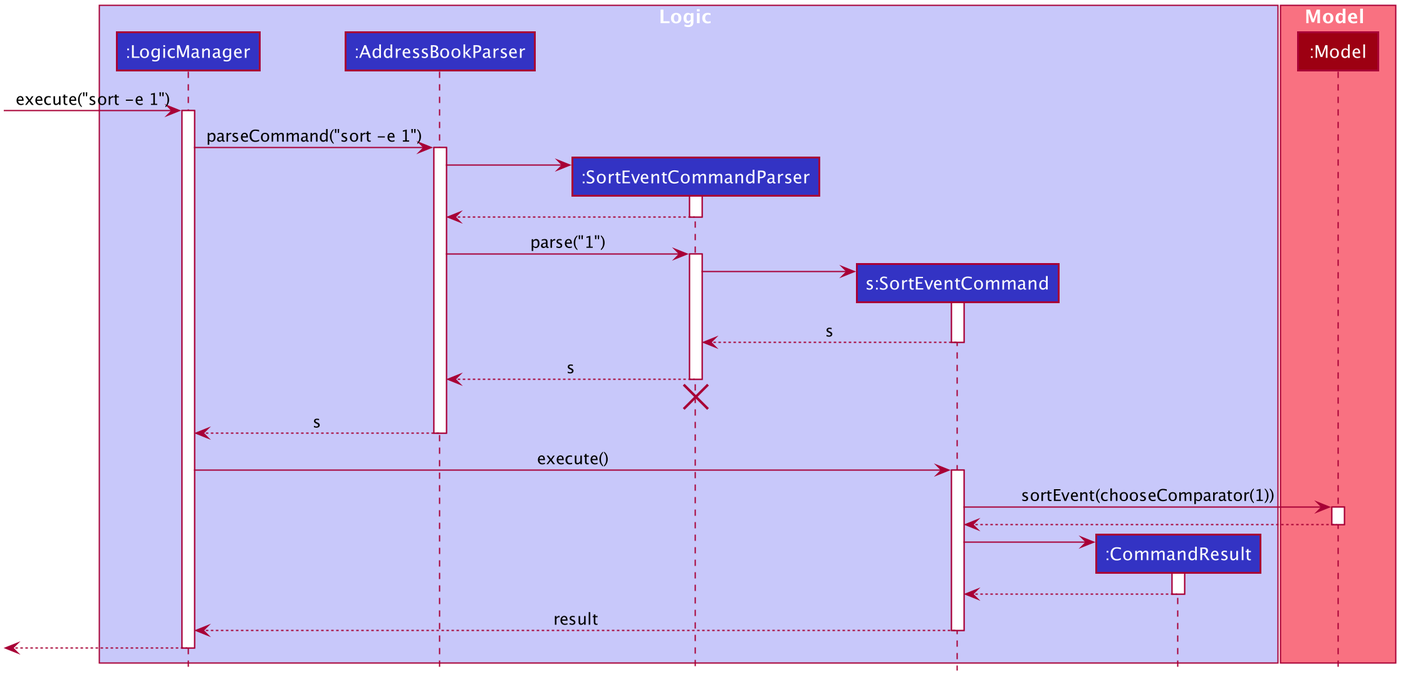
Before: docs/images/SortEventSequenceDiagram.png, a diagram exported from PlantUML (solkim-83/tp).
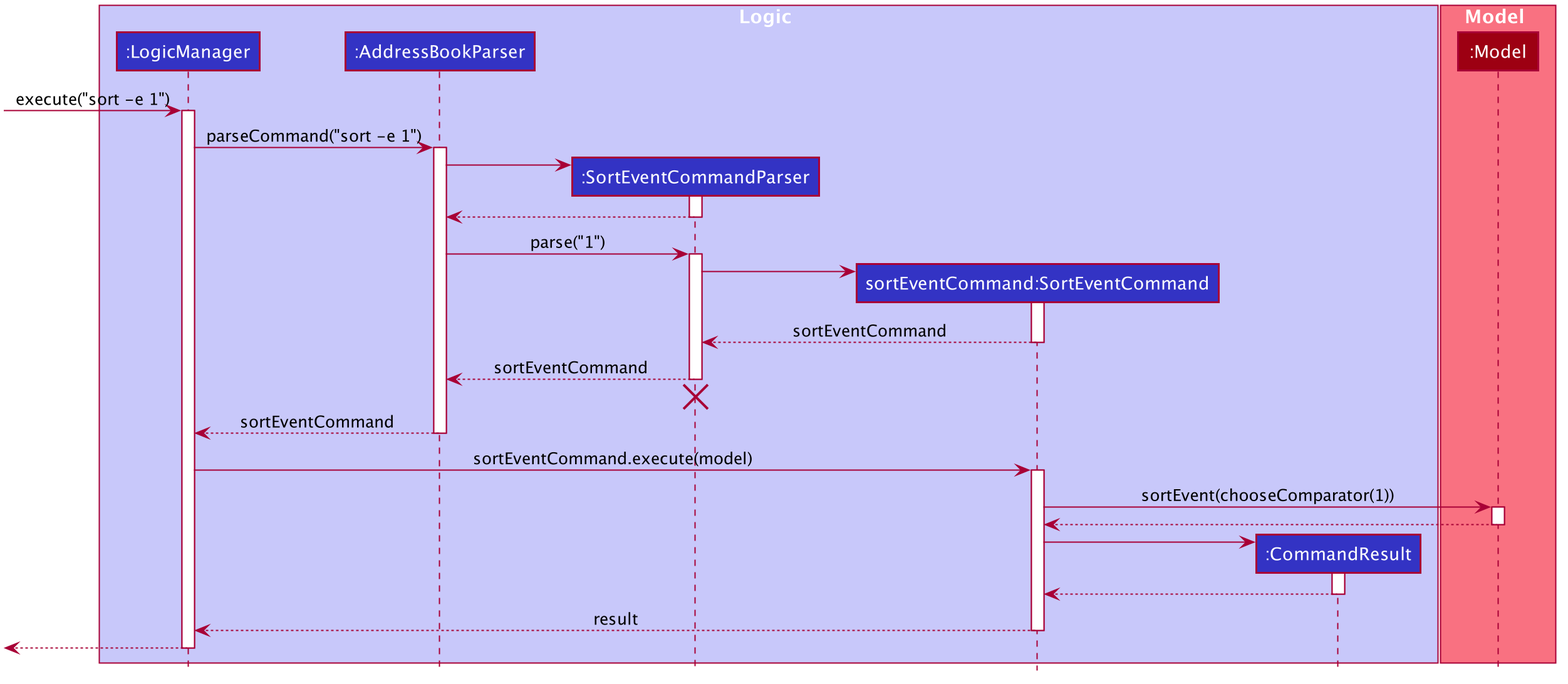
After the commit.

Commit message:
Update .png images for activity diagram and sequence diagram.

What changed in the source:
```diff
@@ -52,7 +52,7 @@
 participant ":LogicManager" as LogicManager #3333C4
 participant ":AddressBookParser" as AddressBookParser #3333C4
 participant ":SortEventCommandParser" as SortEventCommandParser #3333C4
-participant "s:SortEventCommand" as SortEventCommand #3333C4
+participant "sortEventCommand:SortEventCommand" as SortEventCommand #3333C4
 participant ":CommandResult" as CommandResult #3333C4
 end box
 
@@ -80,18 +80,18 @@
 SortEventCommandParser -> SortEventCommand
 activate SortEventCommand
 
-SortEventCommand --> SortEventCommandParser : s
+SortEventCommand --> SortEventCommandParser : sortEventCommand
 deactivate SortEventCommand
 
-SortEventCommandParser --> AddressBookParser : s
+SortEventCommandParser --> AddressBookParser : sortEventCommand
 deactivate SortEventCommandParser
 SortEventCommandParser -[hidden]-> AddressBookParser
 destroy SortEventCommandParser
 
-AddressBookParser --> LogicManager : s
+AddressBookParser --> LogicManager : sortEventCommand
 deactivate AddressBookParser
 
-LogicManager -> SortEventCommand : execute()
+LogicManager -> SortEventCommand : sortEventCommand.execute(model)
 activate SortEventCommand
 
 SortEventCommand -> Model : sortEvent(chooseComparator(1))
```
